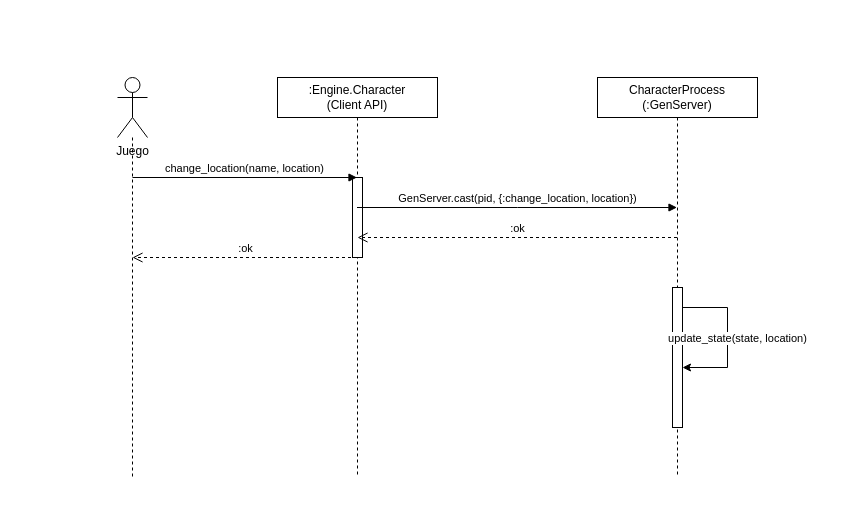
The draw.io diagram document/tex_files/mainmatter/chapter_5/images/design_engine/secuence_diagrams/change_location.drawio in ThAlsay/Hephaestus, before the edit. Source tidied: cells renumbered, new cells numbered last; positions are measured from the earlier drawing's top-left corner, leaving out a move shared by most shapes. Both pictures are drawn from the tidied source at 100%, with x=0, y=0 at pixel (117, 77).
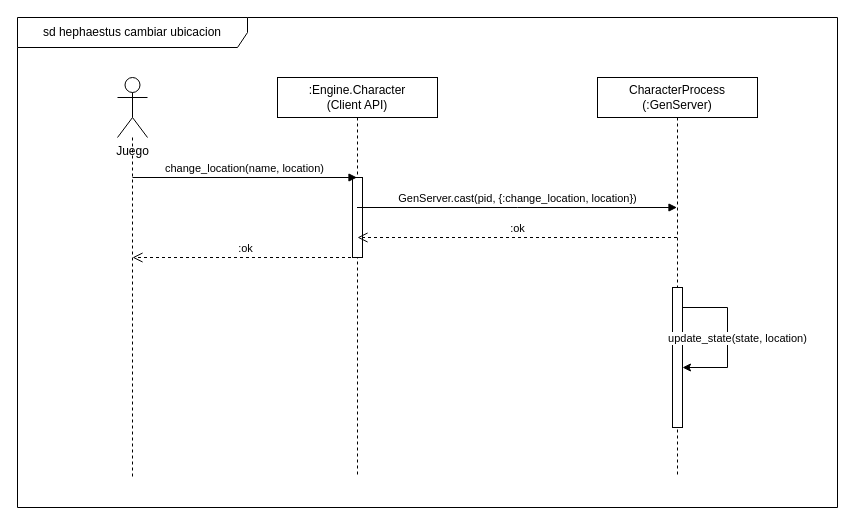
Above is the later version.

Change to the diagram source:
```diff
@@
+    <mxCell id="13" value="sd hephaestus cambiar ubicacion" style="shape=umlFrame;whiteSpace=wrap;html=1;width=230;height=30;" parent="1" vertex="1">
+      <mxGeometry x="-100" y="-60" width="820" height="490" as="geometry" />
+    </mxCell>
```
